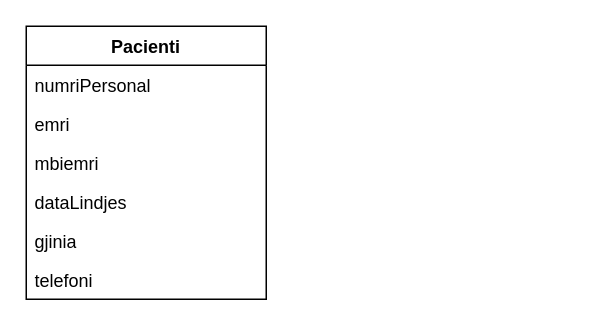
Before: docs/ModeliKonceptual.drawio in blendaarama/eKartela, a draw.io diagram. Source tidied: cells renumbered, new cells numbered last; positions are measured from the earlier drawing's top-left corner, leaving out a move shared by most shapes. Both pictures are drawn from the tidied source at 150%, with x=0, y=0 at pixel (26, 26).
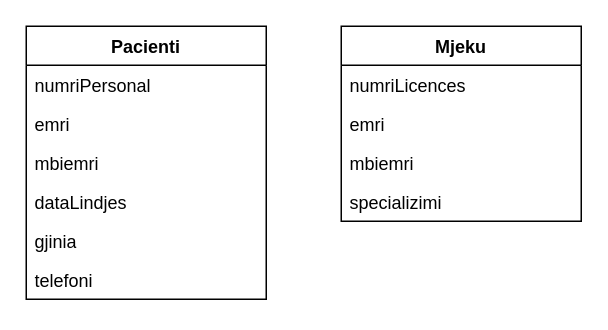
After the change.

Commit message (it also covers changes not shown here):
Tabela Mjeku

Diff of the diagram source:
```diff
@@
 <mxGraphModel>
   <root>
     <mxCell id="0" />
     <mxCell id="1" parent="0" />
     <mxCell id="2" value="Pacienti" style="swimlane;fontStyle=1;align=center;verticalAlign=top;horizontal=1;startSize=26;whiteSpace=wrap;html=1;" parent="1" vertex="1">
       <mxGeometry width="160" height="182" as="geometry" />
     </mxCell>
     <mxCell id="3" value="numriPersonal" style="text;strokeColor=none;fillColor=none;align=left;verticalAlign=top;spacingLeft=4;spacingRight=4;overflow=hidden;whiteSpace=wrap;html=1;" parent="2" vertex="1">
       <mxGeometry y="26" width="160" height="26" as="geometry" />
     </mxCell>
     <mxCell id="4" value="emri" style="text;strokeColor=none;fillColor=none;align=left;verticalAlign=top;spacingLeft=4;spacingRight=4;overflow=hidden;whiteSpace=wrap;html=1;" parent="2" vertex="1">
       <mxGeometry y="52" width="160" height="26" as="geometry" />
     </mxCell>
     <mxCell id="5" value="mbiemri" style="text;strokeColor=none;fillColor=none;align=left;verticalAlign=top;spacingLeft=4;spacingRight=4;overflow=hidden;whiteSpace=wrap;html=1;" parent="2" vertex="1">
       <mxGeometry y="78" width="160" height="26" as="geometry" />
     </mxCell>
     <mxCell id="6" value="dataLindjes" style="text;strokeColor=none;fillColor=none;align=left;verticalAlign=top;spacingLeft=4;spacingRight=4;overflow=hidden;whiteSpace=wrap;html=1;" parent="2" vertex="1">
       <mxGeometry y="104" width="160" height="26" as="geometry" />
     </mxCell>
     <mxCell id="7" value="gjinia" style="text;strokeColor=none;fillColor=none;align=left;verticalAlign=top;spacingLeft=4;spacingRight=4;overflow=hidden;whiteSpace=wrap;html=1;" parent="2" vertex="1">
       <mxGeometry y="130" width="160" height="26" as="geometry" />
     </mxCell>
     <mxCell id="8" value="telefoni" style="text;strokeColor=none;fillColor=none;align=left;verticalAlign=top;spacingLeft=4;spacingRight=4;overflow=hidden;whiteSpace=wrap;html=1;" parent="2" vertex="1">
       <mxGeometry y="156" width="160" height="26" as="geometry" />
     </mxCell>
+    <mxCell id="9" value="Mjeku" style="swimlane;fontStyle=1;align=center;verticalAlign=top;horizontal=1;startSize=26;whiteSpace=wrap;html=1;" parent="1" vertex="1">
+      <mxGeometry x="210" width="160" height="130" as="geometry" />
+    </mxCell>
+    <mxCell id="10" value="numriLicences" style="text;strokeColor=none;fillColor=none;align=left;verticalAlign=top;spacingLeft=4;spacingRight=4;overflow=hidden;whiteSpace=wrap;html=1;" parent="9" vertex="1">
+      <mxGeometry y="26" width="160" height="26" as="geometry" />
+    </mxCell>
+    <mxCell id="11" value="emri" style="text;strokeColor=none;fillColor=none;align=left;verticalAlign=top;spacingLeft=4;spacingRight=4;overflow=hidden;whiteSpace=wrap;html=1;" parent="9" vertex="1">
+      <mxGeometry y="52" width="160" height="26" as="geometry" />
+    </mxCell>
+    <mxCell id="12" value="mbiemri" style="text;strokeColor=none;fillColor=none;align=left;verticalAlign=top;spacingLeft=4;spacingRight=4;overflow=hidden;whiteSpace=wrap;html=1;" parent="9" vertex="1">
+      <mxGeometry y="78" width="160" height="26" as="geometry" />
+    </mxCell>
+    <mxCell id="13" value="specializimi" style="text;strokeColor=none;fillColor=none;align=left;verticalAlign=top;spacingLeft=4;spacingRight=4;overflow=hidden;whiteSpace=wrap;html=1;" parent="9" vertex="1">
+      <mxGeometry y="104" width="160" height="26" as="geometry" />
+    </mxCell>
   </root>
 </mxGraphModel>
```
